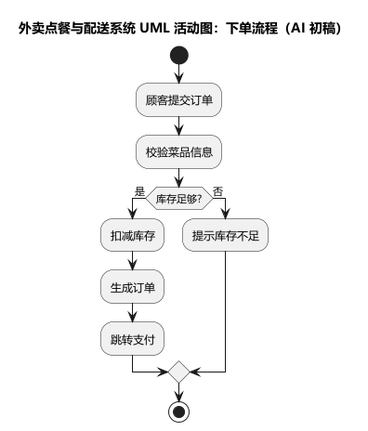
Above: 实验2/UML/UML活动图.png in JZCTX/SEpa2026 (PlantUML), before the change.
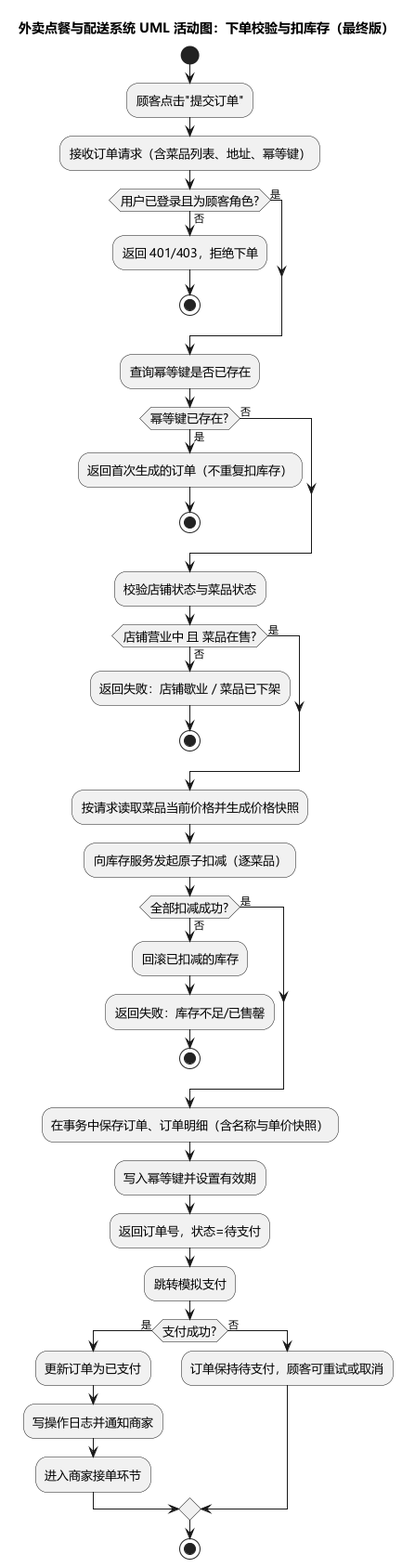
After the change.

What changed in the source:
```diff
@@ -2,18 +2,57 @@
 skinparam defaultFontName "Microsoft YaHei"
 skinparam backgroundColor #FFFFFF
 skinparam shadowing false
+skinparam activityFontSize 13
+skinparam ArrowFontSize 11
 
-title 外卖点餐与配送系统 UML 活动图：下单流程（AI 初稿）
+title 外卖点餐与配送系统 UML 活动图：下单校验与扣库存（最终版）
 
 start
-:顾客提交订单;
-:校验菜品信息;
-if (库存足够?) then (是)
-  :扣减库存;
-  :生成订单;
-  :跳转支付;
+:顾客点击"提交订单";
+:接收订单请求（含菜品列表、地址、幂等键）;
+
+if (用户已登录且为顾客角色?) then (否)
+  :返回 401/403，拒绝下单;
+  stop
+else (是)
+endif
+
+:查询幂等键是否已存在;
+
+if (幂等键已存在?) then (是)
+  :返回首次生成的订单（不重复扣库存）;
+  stop
 else (否)
-  :提示库存不足;
+endif
+
+:校验店铺状态与菜品状态;
+if (店铺营业中 且 菜品在售?) then (否)
+  :返回失败：店铺歇业 / 菜品已下架;
+  stop
+else (是)
+endif
+
+:按请求读取菜品当前价格并生成价格快照;
+:向库存服务发起原子扣减（逐菜品）;
+
+if (全部扣减成功?) then (否)
+  :回滚已扣减的库存;
+  :返回失败：库存不足/已售罄;
+  stop
+else (是)
+endif
+
+:在事务中保存订单、订单明细（含名称与单价快照）;
+:写入幂等键并设置有效期;
+:返回订单号，状态=待支付;
+:跳转模拟支付;
+
+if (支付成功?) then (是)
+  :更新订单为已支付;
+  :写操作日志并通知商家;
+  :进入商家接单环节;
+else (否)
+  :订单保持待支付，顾客可重试或取消;
 endif
 stop
 
```
